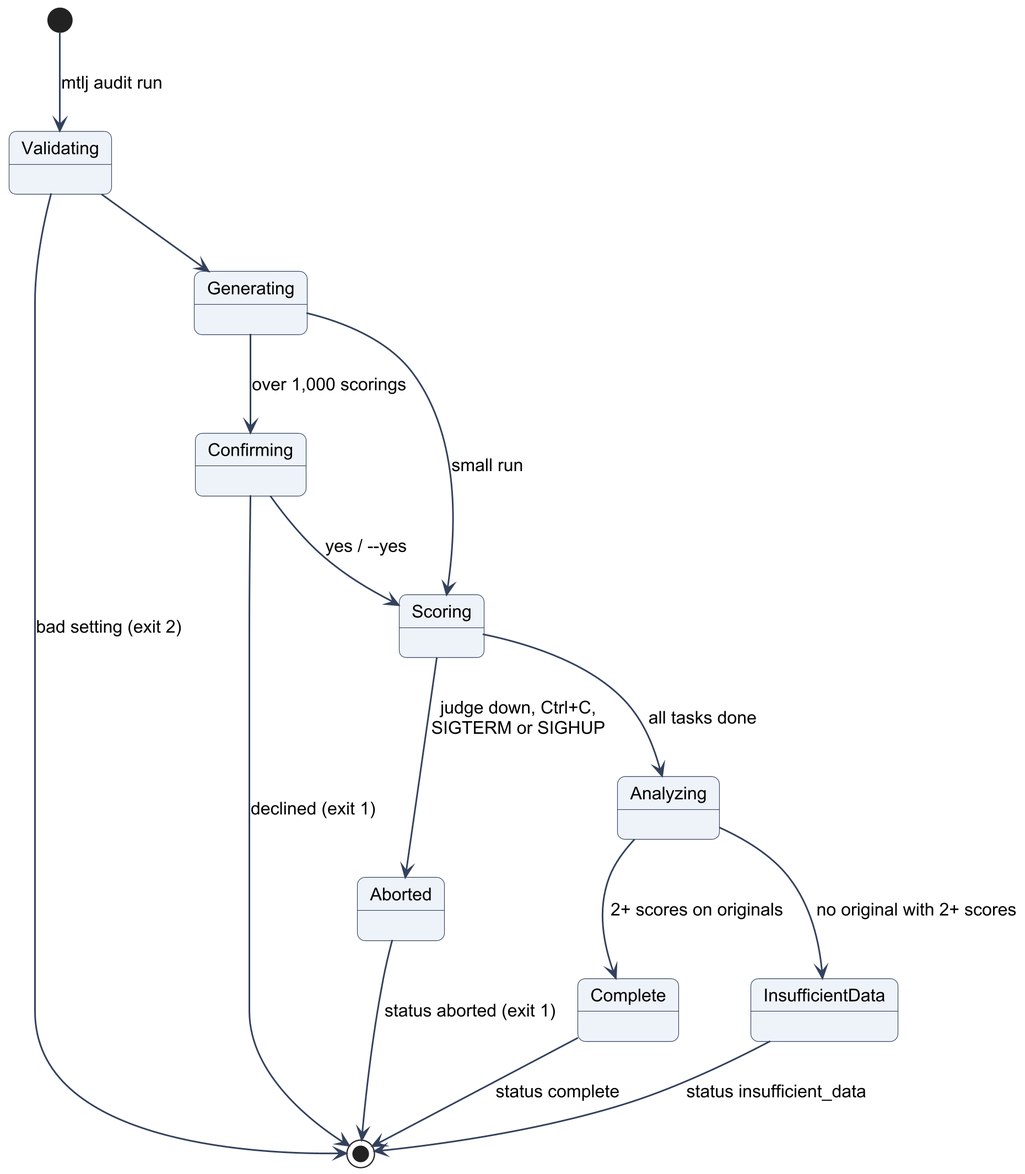
Before: docs/fdd/diagrams/state_run.png, a diagram exported from PlantUML (SeniorDesignL13/Mutation-Testing). Source of this version:
```plantuml
@startuml
!include _style.iuml
[*] --> Validating : mtlj audit run
Validating --> [*] : bad setting (exit 2)
Validating --> Generating
Generating --> Confirming : over 1,000 scorings
Confirming --> [*] : declined (exit 1)
Confirming --> Scoring : yes / --yes
Generating --> Scoring : small run
Scoring --> Aborted : judge down, Ctrl+C,\nSIGTERM or SIGHUP
Scoring --> Analyzing : all tasks done
Analyzing --> Complete : 2+ scores on originals
Analyzing --> InsufficientData : no original with 2+ scores
Aborted --> [*] : status aborted (exit 1)
Complete --> [*] : status complete
InsufficientData --> [*] : status insufficient_data
@enduml
```
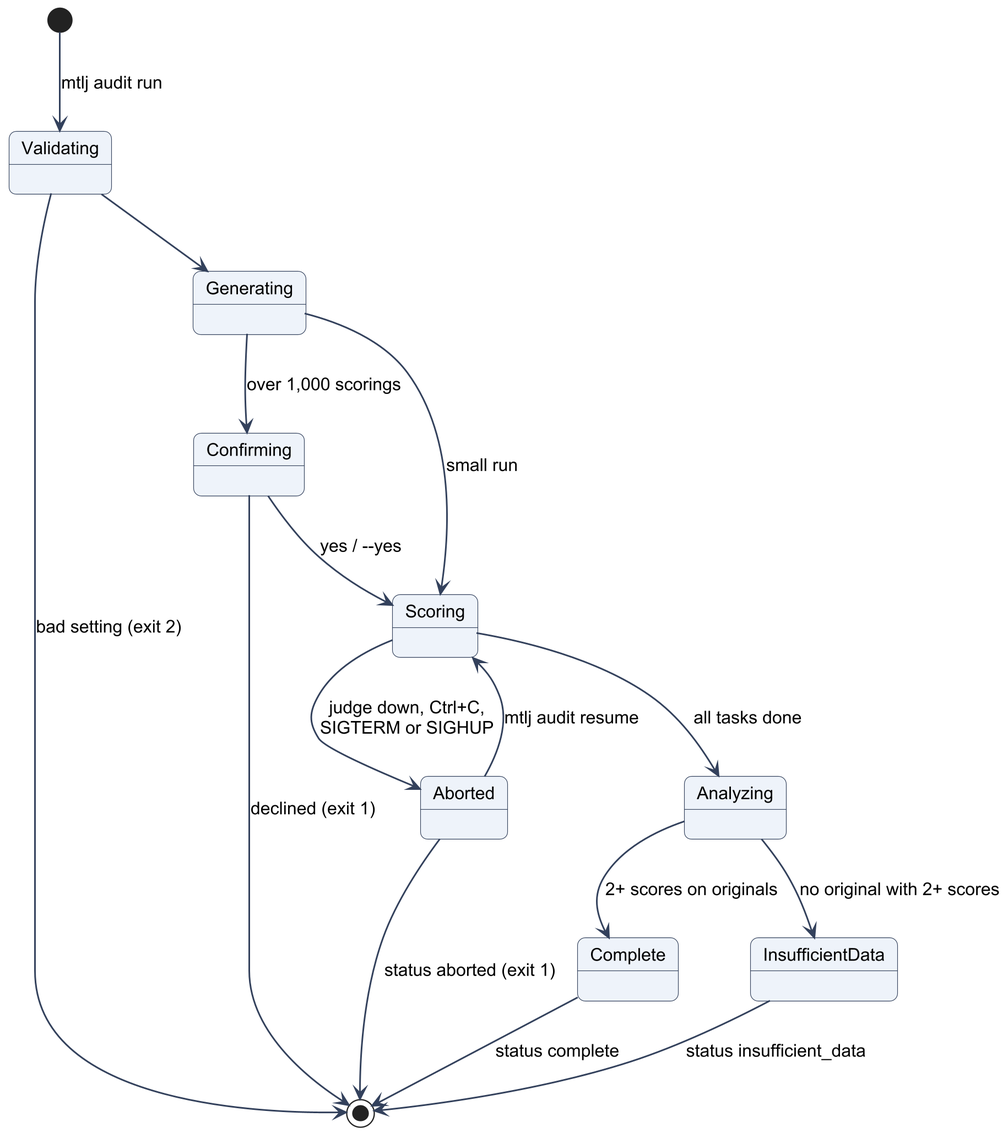
After the change.

The edit, as a diff of the source:
```diff
@@ -12,6 +12,7 @@
 Analyzing --> Complete : 2+ scores on originals
 Analyzing --> InsufficientData : no original with 2+ scores
 Aborted --> [*] : status aborted (exit 1)
+Aborted --> Scoring : mtlj audit resume
 Complete --> [*] : status complete
 InsufficientData --> [*] : status insufficient_data
 @enduml
```
